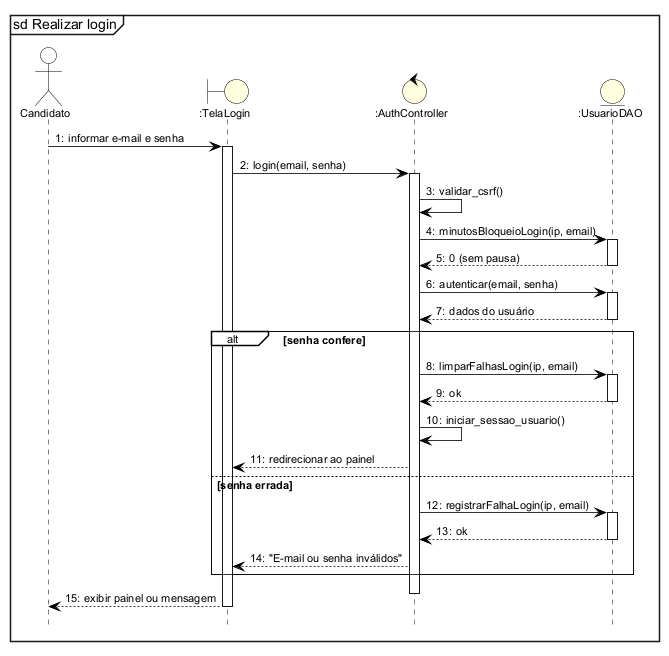
Before: docs/tcc/diagramas/seq01_login.png, a diagram exported from PlantUML (leonardoabreu2026/tcc-final). Its source is kept beside it as docs/tcc/diagramas/seq01_login.puml. Its diagram source:
```plantuml
@startuml
!include estilo.iuml
mainframe sd Realizar login
autonumber "0:"
hide footbox

actor Candidato as Usuario
boundary ":TelaLogin" as T
control ":AuthController" as C
entity ":UsuarioDAO" as D
Usuario -> T ++ : informar e-mail e senha
T -> C ++ : login(email, senha)
C -> C : validar_csrf()
C -> D ++ : minutosBloqueioLogin(ip, email)
D --> C -- : 0 (sem pausa)
C -> D ++ : autenticar(email, senha)
D --> C -- : dados do usuário
alt senha confere
  C -> D ++ : limparFalhasLogin(ip, email)
  D --> C -- : ok
  C -> C : iniciar_sessao_usuario()
  C --> T : redirecionar ao painel
else senha errada
  C -> D ++ : registrarFalhaLogin(ip, email)
  D --> C -- : ok
  C --> T : "E-mail ou senha inválidos"
end
deactivate C
T --> Usuario -- : exibir painel ou mensagem
@enduml
```
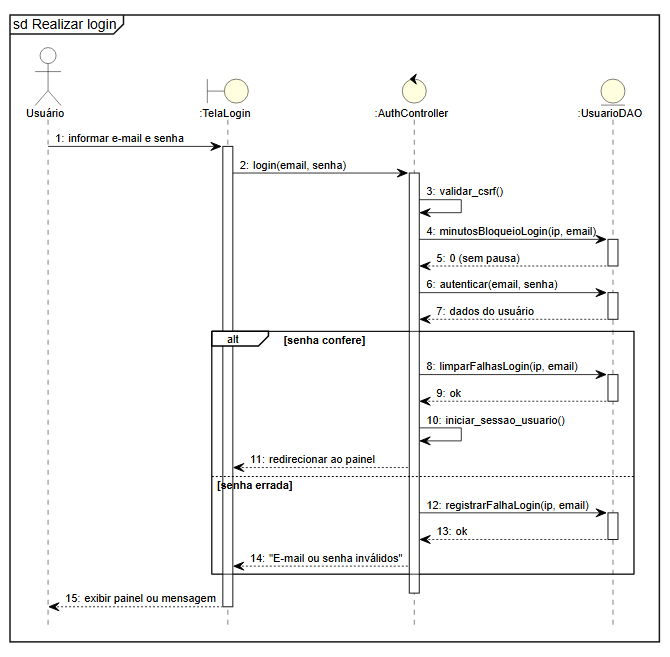
After the change.

What changed in the source:
```diff
@@ -4,7 +4,7 @@
 autonumber "0:"
 hide footbox
 
-actor Candidato as Usuario
+actor "Usuário" as Usuario
 boundary ":TelaLogin" as T
 control ":AuthController" as C
 entity ":UsuarioDAO" as D
```
